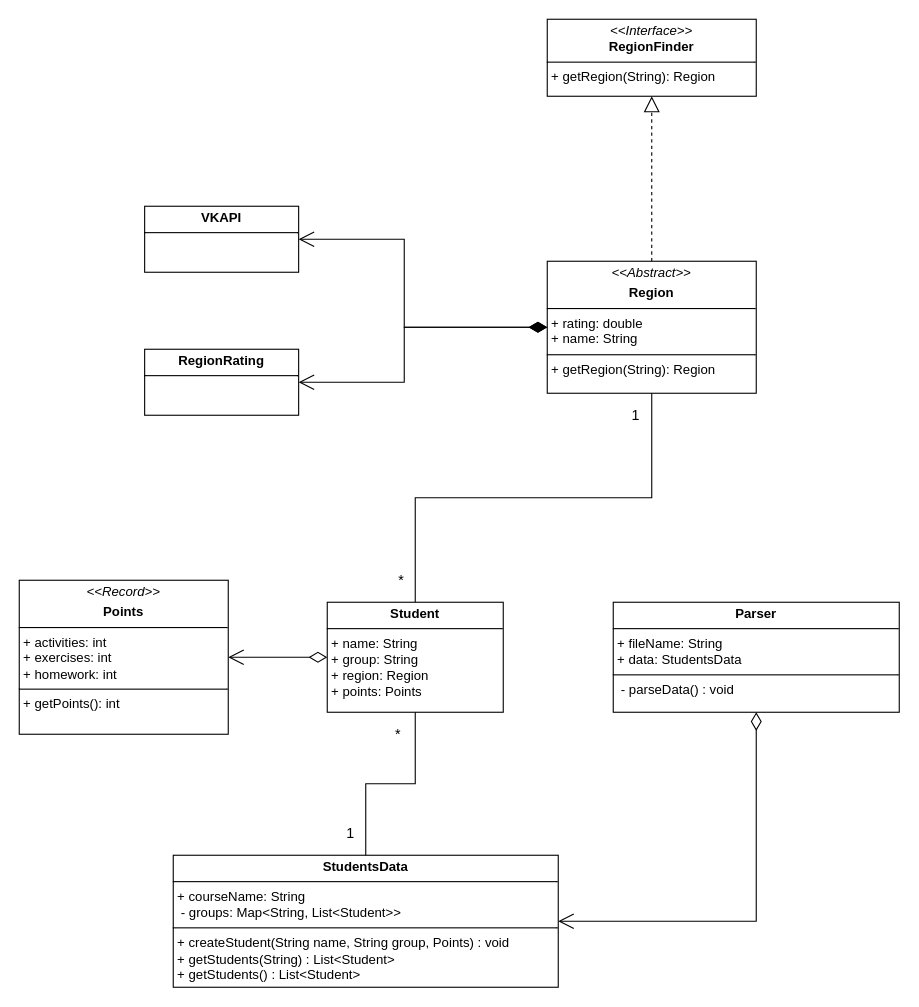
Before: Models.drawio in Ycalk/JavaAnalytics, a draw.io diagram. Source tidied: cells renumbered, new cells numbered last; positions are measured from the earlier drawing's top-left corner, leaving out a move shared by most shapes. Both pictures are drawn from the tidied source at 110%, with x=0, y=0 at pixel (19, 19).
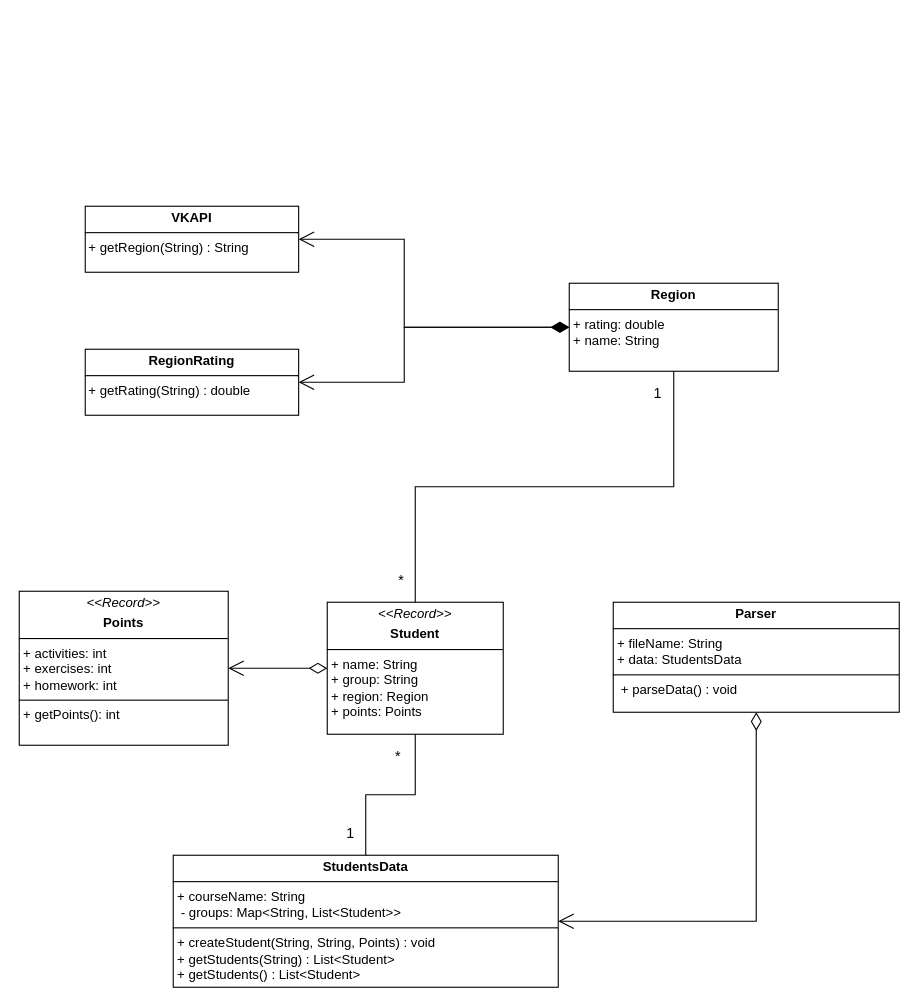
The same page after the edit.

Diff of the diagram source:
```diff
@@
-    <mxCell id="2" value="&lt;p style=&quot;margin:0px;margin-top:4px;text-align:center;&quot;&gt;&lt;b&gt;Student&lt;/b&gt;&lt;/p&gt;&lt;hr size=&quot;1&quot; style=&quot;border-style:solid;&quot;&gt;&lt;p style=&quot;margin:0px;margin-left:4px;&quot;&gt;+ name: String&lt;/p&gt;&lt;p style=&quot;margin:0px;margin-left:4px;&quot;&gt;+ group: String&lt;br&gt;+ region: Region&lt;/p&gt;&lt;p style=&quot;margin:0px;margin-left:4px;&quot;&gt;+ points: Points&lt;/p&gt;" style="verticalAlign=top;align=left;overflow=fill;html=1;whiteSpace=wrap;" parent="1" vertex="1">
-      <mxGeometry x="280" y="530" width="160" height="100" as="geometry" />
+    <mxCell id="2" value="&lt;p style=&quot;margin: 4px 0px 0px; text-align: center;&quot;&gt;&lt;i&gt;&amp;lt;&amp;lt;Record&amp;gt;&amp;gt;&lt;/i&gt;&lt;/p&gt;&lt;p style=&quot;margin:0px;margin-top:4px;text-align:center;&quot;&gt;&lt;b&gt;Student&lt;/b&gt;&lt;/p&gt;&lt;hr size=&quot;1&quot; style=&quot;border-style:solid;&quot;&gt;&lt;p style=&quot;margin:0px;margin-left:4px;&quot;&gt;+ name: String&lt;/p&gt;&lt;p style=&quot;margin:0px;margin-left:4px;&quot;&gt;+ group: String&lt;br&gt;+ region: Region&lt;/p&gt;&lt;p style=&quot;margin:0px;margin-left:4px;&quot;&gt;+ points: Points&lt;/p&gt;" style="verticalAlign=top;align=left;overflow=fill;html=1;whiteSpace=wrap;" parent="1" vertex="1">
+      <mxGeometry x="280" y="530" width="160" height="120" as="geometry" />
     </mxCell>
-    <mxCell id="3" value="&lt;p style=&quot;margin:0px;margin-top:4px;text-align:center;&quot;&gt;&lt;b&gt;StudentsData&lt;/b&gt;&lt;/p&gt;&lt;hr size=&quot;1&quot; style=&quot;border-style:solid;&quot;&gt;&lt;p style=&quot;margin:0px;margin-left:4px;&quot;&gt;+ courseName: String&lt;br&gt;&amp;nbsp;- groups: Map&amp;lt;String, List&amp;lt;Student&amp;gt;&amp;gt;&lt;/p&gt;&lt;hr size=&quot;1&quot; style=&quot;border-style:solid;&quot;&gt;&lt;p style=&quot;margin:0px;margin-left:4px;&quot;&gt;+ createStudent(String name, String group, Points) : void&lt;/p&gt;&lt;p style=&quot;margin:0px;margin-left:4px;&quot;&gt;+ getStudents(String) : List&amp;lt;Student&amp;gt;&lt;br&gt;+ getStudents() : List&amp;lt;Student&amp;gt;&amp;nbsp;&lt;/p&gt;" style="verticalAlign=top;align=left;overflow=fill;html=1;whiteSpace=wrap;" parent="1" vertex="1">
+    <mxCell id="3" value="&lt;p style=&quot;margin:0px;margin-top:4px;text-align:center;&quot;&gt;&lt;b&gt;StudentsData&lt;/b&gt;&lt;/p&gt;&lt;hr size=&quot;1&quot; style=&quot;border-style:solid;&quot;&gt;&lt;p style=&quot;margin:0px;margin-left:4px;&quot;&gt;+ courseName: String&lt;br&gt;&amp;nbsp;- groups: Map&amp;lt;String, List&amp;lt;Student&amp;gt;&amp;gt;&lt;/p&gt;&lt;hr size=&quot;1&quot; style=&quot;border-style:solid;&quot;&gt;&lt;p style=&quot;margin:0px;margin-left:4px;&quot;&gt;+ createStudent(String, String, Points) : void&lt;/p&gt;&lt;p style=&quot;margin:0px;margin-left:4px;&quot;&gt;+ getStudents(String) : List&amp;lt;Student&amp;gt;&lt;br&gt;+ getStudents() : List&amp;lt;Student&amp;gt;&amp;nbsp;&lt;/p&gt;" style="verticalAlign=top;align=left;overflow=fill;html=1;whiteSpace=wrap;" parent="1" vertex="1">
       <mxGeometry x="140" y="760" width="350" height="120" as="geometry" />
     </mxCell>
-    <mxCell id="4" value="&lt;p style=&quot;margin:0px;margin-top:4px;text-align:center;&quot;&gt;&lt;i&gt;&amp;lt;&amp;lt;Interface&amp;gt;&amp;gt;&lt;/i&gt;&lt;br&gt;&lt;b&gt;RegionFinder&lt;/b&gt;&lt;/p&gt;&lt;hr size=&quot;1&quot; style=&quot;border-style:solid;&quot;&gt;&lt;p style=&quot;margin:0px;margin-left:4px;&quot;&gt;&lt;span style=&quot;background-color: initial;&quot;&gt;+ getRegion(String): Region&lt;/span&gt;&lt;/p&gt;" style="verticalAlign=top;align=left;overflow=fill;html=1;whiteSpace=wrap;" parent="1" vertex="1">
-      <mxGeometry x="480" width="190" height="70" as="geometry" />
-    </mxCell>
-    <mxCell id="5" value="&lt;p style=&quot;margin:0px;margin-top:4px;text-align:center;&quot;&gt;&lt;i&gt;&amp;lt;&amp;lt;Abstract&amp;gt;&amp;gt;&lt;/i&gt;&lt;b&gt;&lt;/b&gt;&lt;/p&gt;&lt;p style=&quot;margin:0px;margin-top:4px;text-align:center;&quot;&gt;&lt;b&gt;Region&lt;/b&gt;&lt;/p&gt;&lt;hr size=&quot;1&quot; style=&quot;border-style:solid;&quot;&gt;&lt;p style=&quot;margin:0px;margin-left:4px;&quot;&gt;+ rating: double&lt;br&gt;+ name: String&lt;/p&gt;&lt;hr size=&quot;1&quot; style=&quot;border-style:solid;&quot;&gt;&lt;p style=&quot;margin:0px;margin-left:4px;&quot;&gt;+ getRegion(String): Region&lt;/p&gt;" style="verticalAlign=top;align=left;overflow=fill;html=1;whiteSpace=wrap;" parent="1" vertex="1">
-      <mxGeometry x="480" y="220" width="190" height="120" as="geometry" />
+    <mxCell id="5" value="&lt;p style=&quot;margin:0px;margin-top:4px;text-align:center;&quot;&gt;&lt;b style=&quot;background-color: initial;&quot;&gt;Region&lt;/b&gt;&lt;/p&gt;&lt;hr size=&quot;1&quot; style=&quot;border-style:solid;&quot;&gt;&lt;p style=&quot;margin:0px;margin-left:4px;&quot;&gt;+ rating: double&lt;br&gt;+ name: String&lt;/p&gt;" style="verticalAlign=top;align=left;overflow=fill;html=1;whiteSpace=wrap;" parent="1" vertex="1">
+      <mxGeometry x="500" y="240" width="190" height="80" as="geometry" />
     </mxCell>
-    <mxCell id="6" style="endArrow=block;dashed=1;endFill=0;endSize=12;html=1;rounded=0;exitX=0.5;exitY=0;exitDx=0;exitDy=0;entryX=0.5;entryY=1;entryDx=0;entryDy=0;" parent="1" edge="1" source="5" target="4">
-      <mxGeometry relative="1" as="geometry" />
-    </mxCell>
-    <mxCell id="7" value="&lt;p style=&quot;margin:0px;margin-top:4px;text-align:center;&quot;&gt;&lt;b&gt;VKAPI&lt;/b&gt;&lt;/p&gt;&lt;hr size=&quot;1&quot; style=&quot;border-style:solid;&quot;&gt;&lt;div style=&quot;height:2px;&quot;&gt;&lt;/div&gt;" style="verticalAlign=top;align=left;overflow=fill;html=1;whiteSpace=wrap;" parent="1" vertex="1">
-      <mxGeometry x="114" y="170" width="140" height="60" as="geometry" />
+    <mxCell id="7" value="&lt;p style=&quot;margin:0px;margin-top:4px;text-align:center;&quot;&gt;&lt;b&gt;VKAPI&lt;/b&gt;&lt;/p&gt;&lt;hr size=&quot;1&quot; style=&quot;border-style:solid;&quot;&gt;&lt;div style=&quot;height:2px;&quot;&gt;&amp;nbsp;+&amp;nbsp;getRegion(String) : String&lt;/div&gt;" style="verticalAlign=top;align=left;overflow=fill;html=1;whiteSpace=wrap;" parent="1" vertex="1">
+      <mxGeometry x="60" y="170" width="194" height="60" as="geometry" />
     </mxCell>
@@
-    <mxCell id="9" value="&lt;p style=&quot;margin:0px;margin-top:4px;text-align:center;&quot;&gt;&lt;b&gt;RegionRating&lt;/b&gt;&lt;/p&gt;&lt;hr size=&quot;1&quot; style=&quot;border-style:solid;&quot;&gt;&lt;div style=&quot;height:2px;&quot;&gt;&lt;/div&gt;" style="verticalAlign=top;align=left;overflow=fill;html=1;whiteSpace=wrap;" parent="1" vertex="1">
-      <mxGeometry x="114" y="300" width="140" height="60" as="geometry" />
+    <mxCell id="9" value="&lt;p style=&quot;margin:0px;margin-top:4px;text-align:center;&quot;&gt;&lt;b&gt;RegionRating&lt;/b&gt;&lt;/p&gt;&lt;hr size=&quot;1&quot; style=&quot;border-style:solid;&quot;&gt;&lt;div style=&quot;height:2px;&quot;&gt;&amp;nbsp;+&amp;nbsp;getRating(String) : double&lt;/div&gt;" style="verticalAlign=top;align=left;overflow=fill;html=1;whiteSpace=wrap;" parent="1" vertex="1">
+      <mxGeometry x="60" y="300" width="194" height="60" as="geometry" />
     </mxCell>
@@
     <mxCell id="11" value="&lt;p style=&quot;margin:0px;margin-top:4px;text-align:center;&quot;&gt;&lt;i&gt;&amp;lt;&amp;lt;Record&amp;gt;&amp;gt;&lt;/i&gt;&lt;b&gt;&lt;/b&gt;&lt;/p&gt;&lt;p style=&quot;margin:0px;margin-top:4px;text-align:center;&quot;&gt;&lt;b&gt;Points&lt;/b&gt;&lt;/p&gt;&lt;hr size=&quot;1&quot; style=&quot;border-style:solid;&quot;&gt;&lt;p style=&quot;margin:0px;margin-left:4px;&quot;&gt;+ activities: int&lt;br&gt;+ exercises: int&lt;/p&gt;&lt;p style=&quot;margin:0px;margin-left:4px;&quot;&gt;+ homework: int&lt;/p&gt;&lt;hr size=&quot;1&quot; style=&quot;border-style:solid;&quot;&gt;&lt;p style=&quot;margin:0px;margin-left:4px;&quot;&gt;+ getPoints(): int&lt;/p&gt;" style="verticalAlign=top;align=left;overflow=fill;html=1;whiteSpace=wrap;" parent="1" vertex="1">
-      <mxGeometry y="510" width="190" height="140" as="geometry" />
+      <mxGeometry y="520" width="190" height="140" as="geometry" />
     </mxCell>
-    <mxCell id="12" value="&lt;p style=&quot;margin:0px;margin-top:4px;text-align:center;&quot;&gt;&lt;b&gt;Parser&lt;/b&gt;&lt;/p&gt;&lt;hr size=&quot;1&quot; style=&quot;border-style:solid;&quot;&gt;&lt;p style=&quot;margin:0px;margin-left:4px;&quot;&gt;+ fileName: String&lt;br&gt;+ data: StudentsData&lt;/p&gt;&lt;hr size=&quot;1&quot; style=&quot;border-style:solid;&quot;&gt;&lt;p style=&quot;margin:0px;margin-left:4px;&quot;&gt;&amp;nbsp;- parseData() : void&lt;/p&gt;" style="verticalAlign=top;align=left;overflow=fill;html=1;whiteSpace=wrap;" parent="1" vertex="1">
+    <mxCell id="12" value="&lt;p style=&quot;margin:0px;margin-top:4px;text-align:center;&quot;&gt;&lt;b&gt;Parser&lt;/b&gt;&lt;/p&gt;&lt;hr size=&quot;1&quot; style=&quot;border-style:solid;&quot;&gt;&lt;p style=&quot;margin:0px;margin-left:4px;&quot;&gt;+ fileName: String&lt;br&gt;+ data: StudentsData&lt;/p&gt;&lt;hr size=&quot;1&quot; style=&quot;border-style:solid;&quot;&gt;&lt;p style=&quot;margin:0px;margin-left:4px;&quot;&gt;&amp;nbsp;+ parseData() : void&lt;/p&gt;" style="verticalAlign=top;align=left;overflow=fill;html=1;whiteSpace=wrap;" parent="1" vertex="1">
       <mxGeometry x="540" y="530" width="260" height="100" as="geometry" />
     </mxCell>
```
